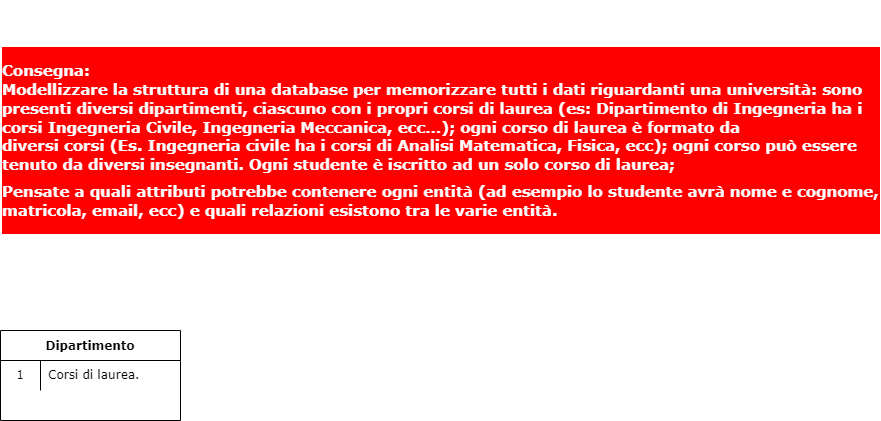
Before: database diagram/Diagramma E-R.drawio.png, a diagram exported from draw.io (davidectna/db-university). Source tidied: cells renumbered, new cells last; positions are measured from the earlier drawing's top-left corner, leaving out a move shared by most shapes. Source of this version:
```xml
<mxGraphModel>
  <root>
    <mxCell id="0" />
    <mxCell id="1" parent="0" />
    <mxCell id="2" value="&lt;h3&gt;&lt;font face=&quot;Verdana&quot;&gt;&lt;b style=&quot;box-sizing: inherit; font-size: 15px; font-variant-ligatures: common-ligatures;&quot;&gt;Consegna:&lt;br&gt;&lt;/b&gt;&lt;span style=&quot;font-size: 15px; font-variant-ligatures: common-ligatures;&quot;&gt;Modellizzare la struttura di una database per memorizzare tutti i dati riguardanti una università: sono presenti diversi&amp;nbsp;&lt;/span&gt;&lt;b style=&quot;box-sizing: inherit; font-size: 15px; font-variant-ligatures: common-ligatures;&quot;&gt;dipartimenti&lt;/b&gt;&lt;span style=&quot;font-size: 15px; font-variant-ligatures: common-ligatures;&quot;&gt;, ciascuno con i propri&amp;nbsp;&lt;/span&gt;&lt;b style=&quot;box-sizing: inherit; font-size: 15px; font-variant-ligatures: common-ligatures;&quot;&gt;corsi di laurea&lt;/b&gt;&lt;span style=&quot;font-size: 15px; font-variant-ligatures: common-ligatures;&quot;&gt;&amp;nbsp;(es: Dipartimento di Ingegneria ha i corsi Ingegneria Civile, Ingegneria Meccanica, ecc…); ogni corso di laurea è formato da diversi&amp;nbsp;&lt;/span&gt;&lt;b style=&quot;box-sizing: inherit; font-size: 15px; font-variant-ligatures: common-ligatures;&quot;&gt;corsi&lt;/b&gt;&lt;span style=&quot;font-size: 15px; font-variant-ligatures: common-ligatures;&quot;&gt;&amp;nbsp;(Es. Ingegneria civile ha i corsi di Analisi Matematica, Fisica, ecc); ogni corso può essere tenuto da diversi&amp;nbsp;&lt;/span&gt;&lt;b style=&quot;box-sizing: inherit; font-size: 15px; font-variant-ligatures: common-ligatures;&quot;&gt;insegnanti&lt;/b&gt;&lt;span style=&quot;font-size: 15px; font-variant-ligatures: common-ligatures;&quot;&gt;. Ogni&amp;nbsp;&lt;/span&gt;&lt;b style=&quot;box-sizing: inherit; font-size: 15px; font-variant-ligatures: common-ligatures;&quot;&gt;studente&lt;/b&gt;&lt;span style=&quot;font-size: 15px; font-variant-ligatures: common-ligatures;&quot;&gt;&amp;nbsp;è iscritto ad un solo corso di laurea;&lt;/span&gt;&lt;/font&gt;&lt;span style=&quot;box-sizing: inherit; display: block; height: 8px; font-size: 15px; font-variant-ligatures: common-ligatures;&quot; class=&quot;c-mrkdwn__br&quot;&gt;&lt;/span&gt;&lt;span style=&quot;font-size: 15px; font-variant-ligatures: common-ligatures;&quot;&gt;&lt;font face=&quot;Verdana&quot;&gt;Pensate a quali attributi potrebbe contenere ogni entità (ad esempio lo studente avrà nome e cognome, matricola, email, ecc) e quali relazioni esistono tra le varie entità.&lt;/font&gt;&lt;/span&gt;&lt;/h3&gt;" style="text;html=1;align=left;verticalAlign=middle;whiteSpace=wrap;rounded=0;color=black; background-color:white;labelBorderColor=none;labelBackgroundColor=#FF0000;fontColor=#FFFFFF;" parent="1" vertex="1">
      <mxGeometry width="880" height="280" as="geometry" />
    </mxCell>
    <mxCell id="3" value="Dipartimento" style="shape=table;startSize=30;rowLines=0;fontStyle=1;labelBackgroundColor=#FFFFFF;labelBorderColor=none;fontFamily=Verdana;fontColor=#000000;fillColor=none;" parent="1" vertex="1">
      <mxGeometry y="330" width="180" height="90" as="geometry" />
    </mxCell>
    <mxCell id="4" style="shape=tableRow;horizontal=0;startSize=0;swimlaneHead=0;swimlaneBody=0;top=0;left=0;bottom=0;right=0;fillColor=none;labelBackgroundColor=#FFFFFF;labelBorderColor=none;fontFamily=Verdana;fontColor=#000000;" parent="3" vertex="1">
      <mxGeometry y="30" width="180" height="30" as="geometry" />
    </mxCell>
    <mxCell id="5" value="1" style="shape=partialRectangle;html=1;whiteSpace=wrap;fillColor=none;top=0;left=0;bottom=0;right=0;overflow=hidden;labelBackgroundColor=#FFFFFF;labelBorderColor=none;fontFamily=Verdana;fontColor=#000000;" parent="4" vertex="1">
      <mxGeometry width="40" height="30" as="geometry" />
    </mxCell>
    <mxCell id="6" value="Corsi di laurea." style="shape=partialRectangle;html=1;whiteSpace=wrap;fillColor=none;top=0;left=0;bottom=0;right=0;align=left;spacingLeft=6;overflow=hidden;labelBackgroundColor=#FFFFFF;labelBorderColor=none;fontFamily=Verdana;fontColor=#000000;" parent="4" vertex="1">
      <mxGeometry x="40" width="140" height="30" as="geometry" />
    </mxCell>
  </root>
</mxGraphModel>
```
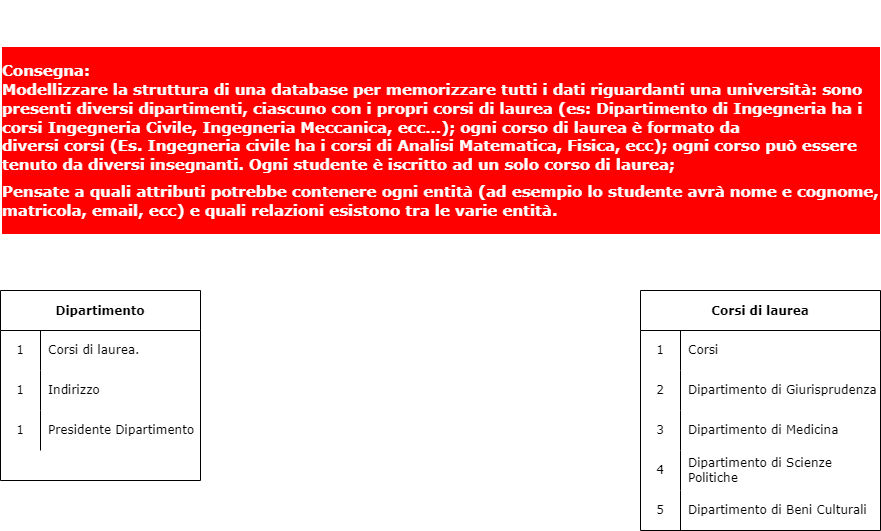
After the change.

The edit, as a diff of the source:
```diff
@@ -5,17 +5,83 @@
     <mxCell id="2" value="&lt;h3&gt;&lt;font face=&quot;Verdana&quot;&gt;&lt;b style=&quot;box-sizing: inherit; font-size: 15px; font-variant-ligatures: common-ligatures;&quot;&gt;Consegna:&lt;br&gt;&lt;/b&gt;&lt;span style=&quot;font-size: 15px; font-variant-ligatures: common-ligatures;&quot;&gt;Modellizzare la struttura di una database per memorizzare tutti i dati riguardanti una università: sono presenti diversi&amp;nbsp;&lt;/span&gt;&lt;b style=&quot;box-sizing: inherit; font-size: 15px; font-variant-ligatures: common-ligatures;&quot;&gt;dipartimenti&lt;/b&gt;&lt;span style=&quot;font-size: 15px; font-variant-ligatures: common-ligatures;&quot;&gt;, ciascuno con i propri&amp;nbsp;&lt;/span&gt;&lt;b style=&quot;box-sizing: inherit; font-size: 15px; font-variant-ligatures: common-ligatures;&quot;&gt;corsi di laurea&lt;/b&gt;&lt;span style=&quot;font-size: 15px; font-variant-ligatures: common-ligatures;&quot;&gt;&amp;nbsp;(es: Dipartimento di Ingegneria ha i corsi Ingegneria Civile, Ingegneria Meccanica, ecc…); ogni corso di laurea è formato da diversi&amp;nbsp;&lt;/span&gt;&lt;b style=&quot;box-sizing: inherit; font-size: 15px; font-variant-ligatures: common-ligatures;&quot;&gt;corsi&lt;/b&gt;&lt;span style=&quot;font-size: 15px; font-variant-ligatures: common-ligatures;&quot;&gt;&amp;nbsp;(Es. Ingegneria civile ha i corsi di Analisi Matematica, Fisica, ecc); ogni corso può essere tenuto da diversi&amp;nbsp;&lt;/span&gt;&lt;b style=&quot;box-sizing: inherit; font-size: 15px; font-variant-ligatures: common-ligatures;&quot;&gt;insegnanti&lt;/b&gt;&lt;span style=&quot;font-size: 15px; font-variant-ligatures: common-ligatures;&quot;&gt;. Ogni&amp;nbsp;&lt;/span&gt;&lt;b style=&quot;box-sizing: inherit; font-size: 15px; font-variant-ligatures: common-ligatures;&quot;&gt;studente&lt;/b&gt;&lt;span style=&quot;font-size: 15px; font-variant-ligatures: common-ligatures;&quot;&gt;&amp;nbsp;è iscritto ad un solo corso di laurea;&lt;/span&gt;&lt;/font&gt;&lt;span style=&quot;box-sizing: inherit; display: block; height: 8px; font-size: 15px; font-variant-ligatures: common-ligatures;&quot; class=&quot;c-mrkdwn__br&quot;&gt;&lt;/span&gt;&lt;span style=&quot;font-size: 15px; font-variant-ligatures: common-ligatures;&quot;&gt;&lt;font face=&quot;Verdana&quot;&gt;Pensate a quali attributi potrebbe contenere ogni entità (ad esempio lo studente avrà nome e cognome, matricola, email, ecc) e quali relazioni esistono tra le varie entità.&lt;/font&gt;&lt;/span&gt;&lt;/h3&gt;" style="text;html=1;align=left;verticalAlign=middle;whiteSpace=wrap;rounded=0;color=black; background-color:white;labelBorderColor=none;labelBackgroundColor=#FF0000;fontColor=#FFFFFF;" parent="1" vertex="1">
       <mxGeometry width="880" height="280" as="geometry" />
     </mxCell>
-    <mxCell id="3" value="Dipartimento" style="shape=table;startSize=30;rowLines=0;fontStyle=1;labelBackgroundColor=#FFFFFF;labelBorderColor=none;fontFamily=Verdana;fontColor=#000000;fillColor=none;" parent="1" vertex="1">
-      <mxGeometry y="330" width="180" height="90" as="geometry" />
+    <mxCell id="3" value="Dipartimento" style="shape=table;startSize=40;rowLines=0;fontStyle=1;labelBackgroundColor=#FFFFFF;labelBorderColor=none;fontFamily=Verdana;fontColor=#000000;fillColor=none;" parent="1" vertex="1">
+      <mxGeometry y="290" width="200" height="190" as="geometry" />
     </mxCell>
     <mxCell id="4" style="shape=tableRow;horizontal=0;startSize=0;swimlaneHead=0;swimlaneBody=0;top=0;left=0;bottom=0;right=0;fillColor=none;labelBackgroundColor=#FFFFFF;labelBorderColor=none;fontFamily=Verdana;fontColor=#000000;" parent="3" vertex="1">
-      <mxGeometry y="30" width="180" height="30" as="geometry" />
+      <mxGeometry y="40" width="200" height="40" as="geometry" />
     </mxCell>
     <mxCell id="5" value="1" style="shape=partialRectangle;html=1;whiteSpace=wrap;fillColor=none;top=0;left=0;bottom=0;right=0;overflow=hidden;labelBackgroundColor=#FFFFFF;labelBorderColor=none;fontFamily=Verdana;fontColor=#000000;" parent="4" vertex="1">
-      <mxGeometry width="40" height="30" as="geometry" />
+      <mxGeometry width="40" height="40" as="geometry" />
     </mxCell>
     <mxCell id="6" value="Corsi di laurea." style="shape=partialRectangle;html=1;whiteSpace=wrap;fillColor=none;top=0;left=0;bottom=0;right=0;align=left;spacingLeft=6;overflow=hidden;labelBackgroundColor=#FFFFFF;labelBorderColor=none;fontFamily=Verdana;fontColor=#000000;" parent="4" vertex="1">
-      <mxGeometry x="40" width="140" height="30" as="geometry" />
+      <mxGeometry x="40" width="160" height="40" as="geometry" />
     </mxCell>
+    <mxCell id="7" style="shape=tableRow;horizontal=0;startSize=0;swimlaneHead=0;swimlaneBody=0;top=0;left=0;bottom=0;right=0;fillColor=none;labelBackgroundColor=#FFFFFF;labelBorderColor=none;fontFamily=Verdana;fontColor=#000000;" parent="3" vertex="1">
+      <mxGeometry y="80" width="200" height="40" as="geometry" />
+    </mxCell>
+    <mxCell id="8" value="1" style="shape=partialRectangle;html=1;whiteSpace=wrap;fillColor=none;top=0;left=0;bottom=0;right=0;overflow=hidden;labelBackgroundColor=#FFFFFF;labelBorderColor=none;fontFamily=Verdana;fontColor=#000000;" parent="7" vertex="1">
+      <mxGeometry width="40" height="40" as="geometry" />
+    </mxCell>
+    <mxCell id="9" value="Indirizzo" style="shape=partialRectangle;html=1;whiteSpace=wrap;fillColor=none;top=0;left=0;bottom=0;right=0;align=left;spacingLeft=6;overflow=hidden;labelBackgroundColor=#FFFFFF;labelBorderColor=none;fontFamily=Verdana;fontColor=#000000;" parent="7" vertex="1">
+      <mxGeometry x="40" width="160" height="40" as="geometry" />
+    </mxCell>
+    <mxCell id="10" style="shape=tableRow;horizontal=0;startSize=0;swimlaneHead=0;swimlaneBody=0;top=0;left=0;bottom=0;right=0;fillColor=none;labelBackgroundColor=#FFFFFF;labelBorderColor=none;fontFamily=Verdana;fontColor=#000000;" parent="3" vertex="1">
+      <mxGeometry y="120" width="200" height="40" as="geometry" />
+    </mxCell>
+    <mxCell id="11" value="1" style="shape=partialRectangle;html=1;whiteSpace=wrap;fillColor=none;top=0;left=0;bottom=0;right=0;overflow=hidden;labelBackgroundColor=#FFFFFF;labelBorderColor=none;fontFamily=Verdana;fontColor=#000000;" parent="10" vertex="1">
+      <mxGeometry width="40" height="40" as="geometry" />
+    </mxCell>
+    <mxCell id="12" value="Presidente Dipartimento" style="shape=partialRectangle;html=1;whiteSpace=wrap;fillColor=none;top=0;left=0;bottom=0;right=0;align=left;spacingLeft=6;overflow=hidden;labelBackgroundColor=#FFFFFF;labelBorderColor=none;fontFamily=Verdana;fontColor=#000000;" parent="10" vertex="1">
+      <mxGeometry x="40" width="160" height="40" as="geometry" />
+    </mxCell>
+    <mxCell id="13" value="Corsi di laurea" style="shape=table;startSize=40;rowLines=0;fontStyle=1;labelBackgroundColor=#FFFFFF;labelBorderColor=none;fontFamily=Verdana;fontColor=#000000;fillColor=none;" parent="1" vertex="1">
+      <mxGeometry x="640" y="290" width="240" height="240" as="geometry" />
+    </mxCell>
+    <mxCell id="14" style="shape=tableRow;horizontal=0;startSize=0;swimlaneHead=0;swimlaneBody=0;top=0;left=0;bottom=0;right=0;fillColor=none;labelBackgroundColor=#FFFFFF;labelBorderColor=none;fontFamily=Verdana;fontColor=#000000;" parent="13" vertex="1">
+      <mxGeometry y="40" width="240" height="40" as="geometry" />
+    </mxCell>
+    <mxCell id="15" value="1" style="shape=partialRectangle;html=1;whiteSpace=wrap;fillColor=none;top=0;left=0;bottom=0;right=0;overflow=hidden;labelBackgroundColor=#FFFFFF;labelBorderColor=none;fontFamily=Verdana;fontColor=#000000;" parent="14" vertex="1">
+      <mxGeometry width="40" height="40" as="geometry" />
+    </mxCell>
+    <mxCell id="16" value="Corsi" style="shape=partialRectangle;html=1;whiteSpace=wrap;fillColor=none;top=0;left=0;bottom=0;right=0;align=left;spacingLeft=6;overflow=hidden;labelBackgroundColor=#FFFFFF;labelBorderColor=none;fontFamily=Verdana;fontColor=#000000;" parent="14" vertex="1">
+      <mxGeometry x="40" width="200" height="40" as="geometry" />
+    </mxCell>
+    <mxCell id="17" style="shape=tableRow;horizontal=0;startSize=0;swimlaneHead=0;swimlaneBody=0;top=0;left=0;bottom=0;right=0;fillColor=none;labelBackgroundColor=#FFFFFF;labelBorderColor=none;fontFamily=Verdana;fontColor=#000000;" parent="13" vertex="1">
+      <mxGeometry y="80" width="240" height="40" as="geometry" />
+    </mxCell>
+    <mxCell id="18" value="2" style="shape=partialRectangle;html=1;whiteSpace=wrap;fillColor=none;top=0;left=0;bottom=0;right=0;overflow=hidden;labelBackgroundColor=#FFFFFF;labelBorderColor=none;fontFamily=Verdana;fontColor=#000000;" parent="17" vertex="1">
+      <mxGeometry width="40" height="40" as="geometry" />
+    </mxCell>
+    <mxCell id="19" value="Dipartimento di Giurisprudenza" style="shape=partialRectangle;html=1;whiteSpace=wrap;fillColor=none;top=0;left=0;bottom=0;right=0;align=left;spacingLeft=6;overflow=hidden;labelBackgroundColor=#FFFFFF;labelBorderColor=none;fontFamily=Verdana;fontColor=#000000;" parent="17" vertex="1">
+      <mxGeometry x="40" width="200" height="40" as="geometry" />
+    </mxCell>
+    <mxCell id="20" style="shape=tableRow;horizontal=0;startSize=0;swimlaneHead=0;swimlaneBody=0;top=0;left=0;bottom=0;right=0;fillColor=none;labelBackgroundColor=#FFFFFF;labelBorderColor=none;fontFamily=Verdana;fontColor=#000000;" parent="13" vertex="1">
+      <mxGeometry y="120" width="240" height="40" as="geometry" />
+    </mxCell>
+    <mxCell id="21" value="3" style="shape=partialRectangle;html=1;whiteSpace=wrap;fillColor=none;top=0;left=0;bottom=0;right=0;overflow=hidden;labelBackgroundColor=#FFFFFF;labelBorderColor=none;fontFamily=Verdana;fontColor=#000000;" parent="20" vertex="1">
+      <mxGeometry width="40" height="40" as="geometry" />
+    </mxCell>
+    <mxCell id="22" value="Dipartimento di Medicina" style="shape=partialRectangle;html=1;whiteSpace=wrap;fillColor=none;top=0;left=0;bottom=0;right=0;align=left;spacingLeft=6;overflow=hidden;labelBackgroundColor=#FFFFFF;labelBorderColor=none;fontFamily=Verdana;fontColor=#000000;" parent="20" vertex="1">
+      <mxGeometry x="40" width="200" height="40" as="geometry" />
+    </mxCell>
+    <mxCell id="23" style="shape=tableRow;horizontal=0;startSize=0;swimlaneHead=0;swimlaneBody=0;top=0;left=0;bottom=0;right=0;fillColor=none;labelBackgroundColor=#FFFFFF;labelBorderColor=none;fontFamily=Verdana;fontColor=#000000;" parent="13" vertex="1">
+      <mxGeometry y="160" width="240" height="40" as="geometry" />
+    </mxCell>
+    <mxCell id="24" value="4" style="shape=partialRectangle;html=1;whiteSpace=wrap;fillColor=none;top=0;left=0;bottom=0;right=0;overflow=hidden;labelBackgroundColor=#FFFFFF;labelBorderColor=none;fontFamily=Verdana;fontColor=#000000;" parent="23" vertex="1">
+      <mxGeometry width="40" height="40" as="geometry" />
+    </mxCell>
+    <mxCell id="25" value="Dipartimento di Scienze Politiche" style="shape=partialRectangle;html=1;whiteSpace=wrap;fillColor=none;top=0;left=0;bottom=0;right=0;align=left;spacingLeft=6;overflow=hidden;labelBackgroundColor=#FFFFFF;labelBorderColor=none;fontFamily=Verdana;fontColor=#000000;" parent="23" vertex="1">
+      <mxGeometry x="40" width="200" height="40" as="geometry" />
+    </mxCell>
+    <mxCell id="26" style="shape=tableRow;horizontal=0;startSize=0;swimlaneHead=0;swimlaneBody=0;top=0;left=0;bottom=0;right=0;fillColor=none;labelBackgroundColor=#FFFFFF;labelBorderColor=none;fontFamily=Verdana;fontColor=#000000;" parent="13" vertex="1">
+      <mxGeometry y="200" width="240" height="40" as="geometry" />
+    </mxCell>
+    <mxCell id="27" value="5" style="shape=partialRectangle;html=1;whiteSpace=wrap;fillColor=none;top=0;left=0;bottom=0;right=0;overflow=hidden;labelBackgroundColor=#FFFFFF;labelBorderColor=none;fontFamily=Verdana;fontColor=#000000;" parent="26" vertex="1">
+      <mxGeometry width="40" height="40" as="geometry" />
+    </mxCell>
+    <mxCell id="28" value="Dipartimento di Beni Culturali" style="shape=partialRectangle;html=1;whiteSpace=wrap;fillColor=none;top=0;left=0;bottom=0;right=0;align=left;spacingLeft=6;overflow=hidden;labelBackgroundColor=#FFFFFF;labelBorderColor=none;fontFamily=Verdana;fontColor=#000000;" parent="26" vertex="1">
+      <mxGeometry x="40" width="200" height="40" as="geometry" />
+    </mxCell>
   </root>
 </mxGraphModel>
```
